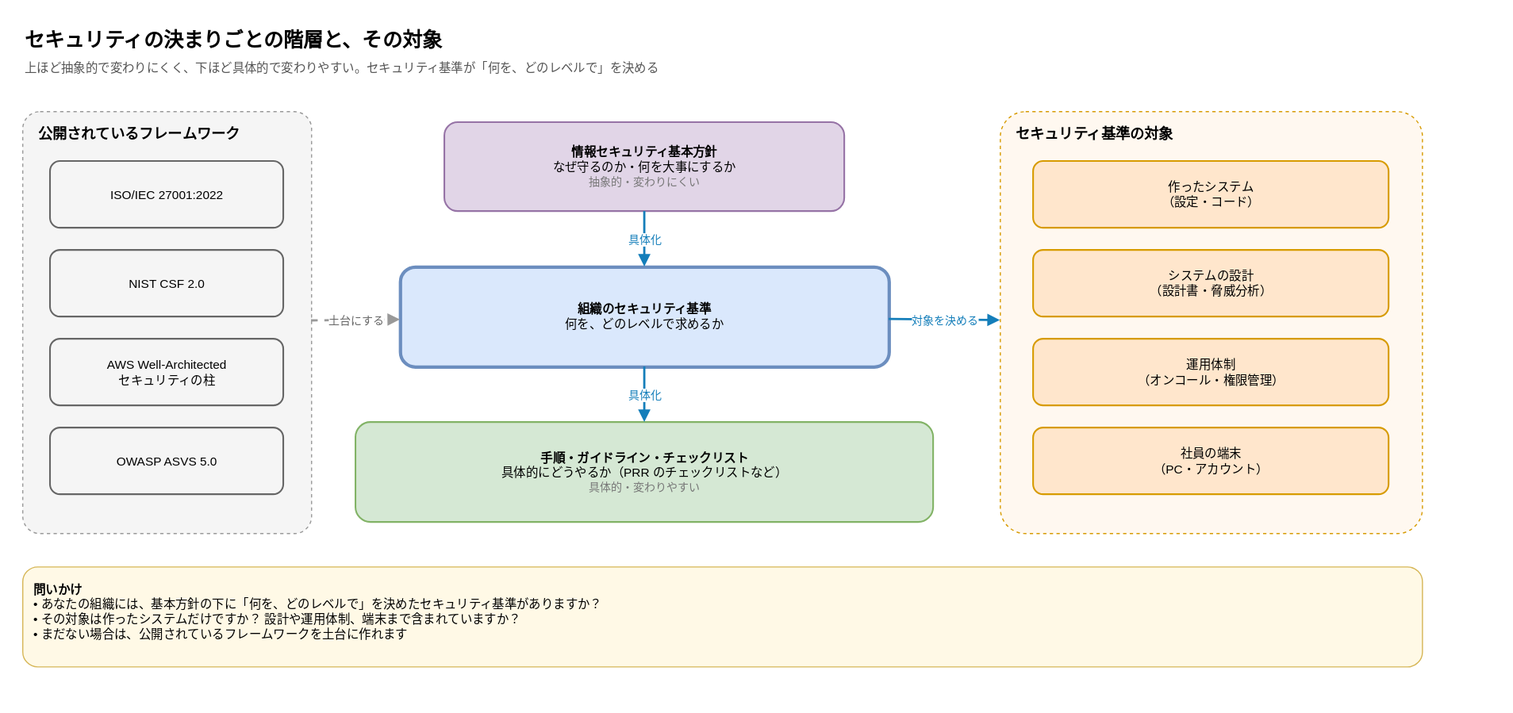
Above: images/continuous-security-assessment-ai-agent/policy-hierarchy.drawio.svg in anfangd/zenn-content (draw.io), before the change. Source tidied: cells renumbered, new cells last; positions are measured from the earlier drawing's top-left corner, leaving out a move shared by most shapes.
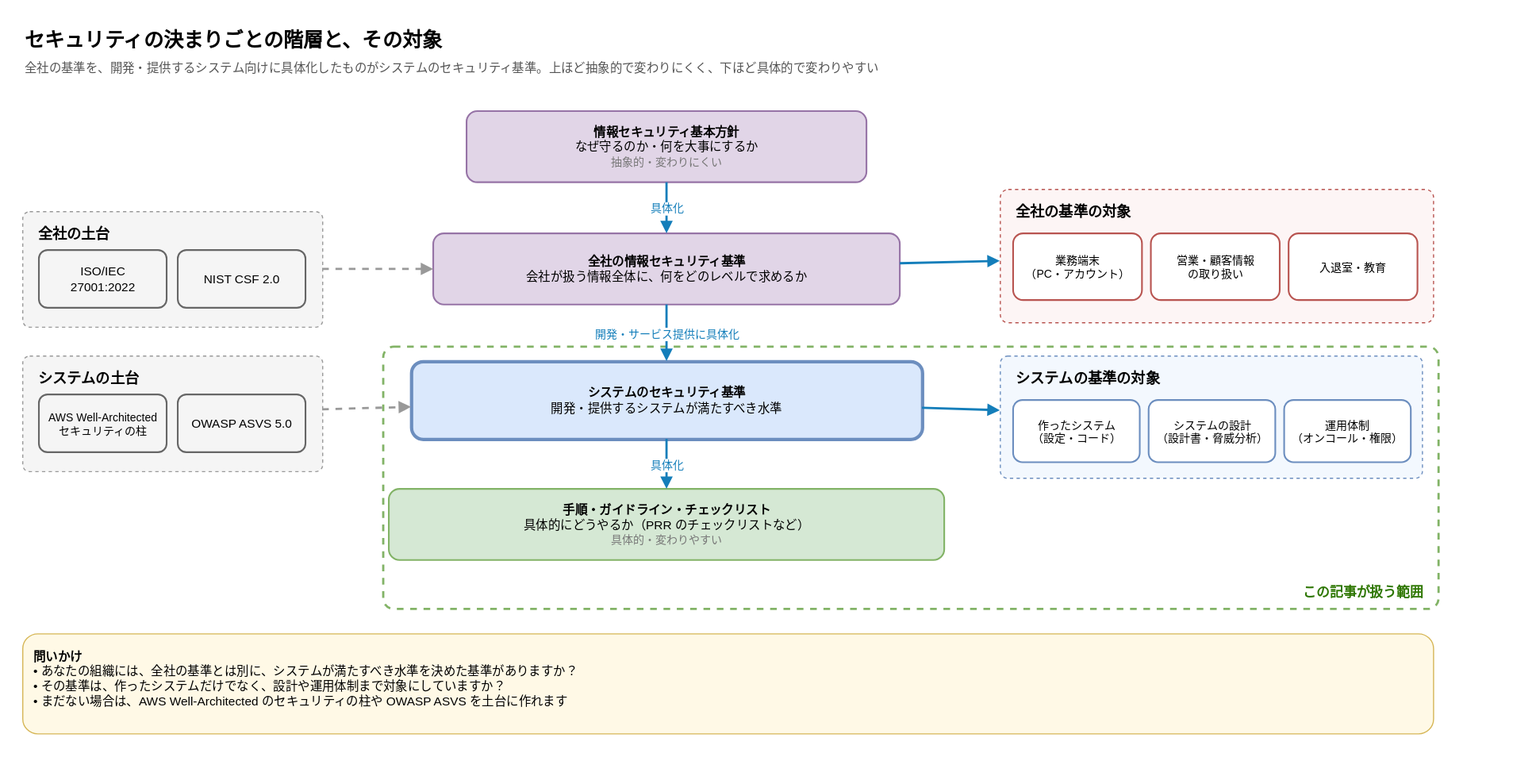
Later version of the same file.

What changed in the source:
```diff
@@ -5,62 +5,89 @@
     <mxCell id="2" value="セキュリティの決まりごとの階層と、その対象" style="text;html=1;align=left;verticalAlign=middle;fontSize=18;fontStyle=1;" parent="1" vertex="1">
       <mxGeometry width="1300" height="32" as="geometry" />
     </mxCell>
-    <mxCell id="3" value="上ほど抽象的で変わりにくく、下ほど具体的で変わりやすい。セキュリティ基準が「何を、どのレベルで」を決める" style="text;html=1;align=left;verticalAlign=middle;fontSize=11;fontColor=#555555;" parent="1" vertex="1">
+    <mxCell id="3" value="全社の基準を、開発・提供するシステム向けに具体化したものがシステムのセキュリティ基準。上ほど抽象的で変わりにくく、下ほど具体的で変わりやすい" style="text;html=1;align=left;verticalAlign=middle;fontSize=11;fontColor=#555555;" parent="1" vertex="1">
       <mxGeometry y="30" width="1300" height="22" as="geometry" />
     </mxCell>
-    <mxCell id="4" value="公開されているフレームワーク" style="rounded=1;arcSize=6;whiteSpace=wrap;html=1;fillColor=#F5F5F5;strokeColor=#999999;dashed=1;verticalAlign=top;align=left;spacingLeft=12;spacingTop=6;fontSize=13;fontStyle=1;" parent="1" vertex="1">
-      <mxGeometry y="80" width="260" height="380" as="geometry" />
+    <mxCell id="4" value="この記事が扱う範囲" style="rounded=1;arcSize=4;whiteSpace=wrap;html=1;fillColor=none;strokeColor=#82B366;dashed=1;strokeWidth=2;verticalAlign=bottom;align=right;spacingRight=12;spacingBottom=6;fontSize=12;fontStyle=1;fontColor=#2D7600;" parent="1" vertex="1">
+      <mxGeometry x="325" y="292" width="950" height="236" as="geometry" />
     </mxCell>
-    <mxCell id="5" value="ISO/IEC 27001:2022" style="rounded=1;whiteSpace=wrap;html=1;fillColor=#F5F5F5;strokeColor=#666666;fontSize=11;fontStyle=1;align=center;verticalAlign=middle;spacing=8;strokeWidth=1.5;fontStyle=0;" parent="1" vertex="1">
-      <mxGeometry x="25" y="125" width="210" height="60" as="geometry" />
+    <mxCell id="5" value="&lt;b&gt;情報セキュリティ基本方針&lt;/b&gt;&lt;br&gt;なぜ守るのか・何を大事にするか&lt;br&gt;&lt;font color='#777777' style='font-size:10px'&gt;抽象的・変わりにくい&lt;/font&gt;" style="rounded=1;whiteSpace=wrap;html=1;fillColor=#E1D5E7;strokeColor=#9673A6;fontSize=11;fontStyle=1;align=center;verticalAlign=middle;spacing=8;strokeWidth=1.5;fontStyle=0;" parent="1" vertex="1">
+      <mxGeometry x="400" y="80" width="360" height="64" as="geometry" />
     </mxCell>
-    <mxCell id="6" value="NIST CSF 2.0" style="rounded=1;whiteSpace=wrap;html=1;fillColor=#F5F5F5;strokeColor=#666666;fontSize=11;fontStyle=1;align=center;verticalAlign=middle;spacing=8;strokeWidth=1.5;fontStyle=0;" parent="1" vertex="1">
-      <mxGeometry x="25" y="205" width="210" height="60" as="geometry" />
+    <mxCell id="6" value="&lt;b&gt;全社の情報セキュリティ基準&lt;/b&gt;&lt;br&gt;会社が扱う情報全体に、何をどのレベルで求めるか" style="rounded=1;whiteSpace=wrap;html=1;fillColor=#E1D5E7;strokeColor=#9673A6;fontSize=11;fontStyle=1;align=center;verticalAlign=middle;spacing=8;strokeWidth=1.5;fontStyle=0;" parent="1" vertex="1">
+      <mxGeometry x="370" y="190" width="420" height="64" as="geometry" />
     </mxCell>
-    <mxCell id="7" value="AWS Well-Architected&lt;br&gt;セキュリティの柱" style="rounded=1;whiteSpace=wrap;html=1;fillColor=#F5F5F5;strokeColor=#666666;fontSize=11;fontStyle=1;align=center;verticalAlign=middle;spacing=8;strokeWidth=1.5;fontStyle=0;" parent="1" vertex="1">
-      <mxGeometry x="25" y="285" width="210" height="60" as="geometry" />
+    <mxCell id="7" value="&lt;b&gt;システムのセキュリティ基準&lt;/b&gt;&lt;br&gt;開発・提供するシステムが満たすべき水準" style="rounded=1;whiteSpace=wrap;html=1;fillColor=#DAE8FC;strokeColor=#6C8EBF;fontSize=11;fontStyle=1;align=center;verticalAlign=middle;spacing=8;strokeWidth=1.5;strokeWidth=3;fontStyle=0;" parent="1" vertex="1">
+      <mxGeometry x="350" y="305" width="460" height="70" as="geometry" />
     </mxCell>
-    <mxCell id="8" value="OWASP ASVS 5.0" style="rounded=1;whiteSpace=wrap;html=1;fillColor=#F5F5F5;strokeColor=#666666;fontSize=11;fontStyle=1;align=center;verticalAlign=middle;spacing=8;strokeWidth=1.5;fontStyle=0;" parent="1" vertex="1">
-      <mxGeometry x="25" y="365" width="210" height="60" as="geometry" />
+    <mxCell id="8" value="&lt;b&gt;手順・ガイドライン・チェックリスト&lt;/b&gt;&lt;br&gt;具体的にどうやるか（PRR のチェックリストなど）&lt;br&gt;&lt;font color='#777777' style='font-size:10px'&gt;具体的・変わりやすい&lt;/font&gt;" style="rounded=1;whiteSpace=wrap;html=1;fillColor=#D5E8D4;strokeColor=#82B366;fontSize=11;fontStyle=1;align=center;verticalAlign=middle;spacing=8;strokeWidth=1.5;fontStyle=0;" parent="1" vertex="1">
+      <mxGeometry x="330" y="420" width="500" height="64" as="geometry" />
     </mxCell>
-    <mxCell id="9" value="&lt;b&gt;情報セキュリティ基本方針&lt;/b&gt;&lt;br&gt;なぜ守るのか・何を大事にするか&lt;br&gt;&lt;font color='#777777' style='font-size:10px'&gt;抽象的・変わりにくい&lt;/font&gt;" style="rounded=1;whiteSpace=wrap;html=1;fillColor=#E1D5E7;strokeColor=#9673A6;fontSize=11;fontStyle=1;align=center;verticalAlign=middle;spacing=8;strokeWidth=1.5;fontStyle=0;" parent="1" vertex="1">
-      <mxGeometry x="380" y="90" width="360" height="80" as="geometry" />
+    <mxCell id="9" value="具体化" style="edgeStyle=none;html=1;endArrow=block;endFill=1;strokeWidth=2;strokeColor=#147EBA;fontSize=10;labelBackgroundColor=#FFFFFF;fontColor=#147EBA;" parent="1" edge="1" source="5" target="6">
+      <mxGeometry relative="1" as="geometry" />
     </mxCell>
-    <mxCell id="10" value="&lt;b&gt;組織のセキュリティ基準&lt;/b&gt;&lt;br&gt;何を、どのレベルで求めるか" style="rounded=1;whiteSpace=wrap;html=1;fillColor=#DAE8FC;strokeColor=#6C8EBF;fontSize=11;fontStyle=1;align=center;verticalAlign=middle;spacing=8;strokeWidth=1.5;fontStyle=0;strokeWidth=3;" parent="1" vertex="1">
-      <mxGeometry x="340" y="220" width="440" height="90" as="geometry" />
+    <mxCell id="10" value="開発・サービス提供に具体化" style="edgeStyle=none;html=1;endArrow=block;endFill=1;strokeWidth=2;strokeColor=#147EBA;fontSize=10;labelBackgroundColor=#FFFFFF;fontColor=#147EBA;" parent="1" edge="1" source="6" target="7">
+      <mxGeometry relative="1" as="geometry" />
     </mxCell>
-    <mxCell id="11" value="&lt;b&gt;手順・ガイドライン・チェックリスト&lt;/b&gt;&lt;br&gt;具体的にどうやるか（PRR のチェックリストなど）&lt;br&gt;&lt;font color='#777777' style='font-size:10px'&gt;具体的・変わりやすい&lt;/font&gt;" style="rounded=1;whiteSpace=wrap;html=1;fillColor=#D5E8D4;strokeColor=#82B366;fontSize=11;fontStyle=1;align=center;verticalAlign=middle;spacing=8;strokeWidth=1.5;fontStyle=0;" parent="1" vertex="1">
-      <mxGeometry x="300" y="360" width="520" height="90" as="geometry" />
+    <mxCell id="11" value="具体化" style="edgeStyle=none;html=1;endArrow=block;endFill=1;strokeWidth=2;strokeColor=#147EBA;fontSize=10;labelBackgroundColor=#FFFFFF;fontColor=#147EBA;" parent="1" edge="1" source="7" target="8">
+      <mxGeometry relative="1" as="geometry" />
     </mxCell>
-    <mxCell id="12" value="具体化" style="edgeStyle=none;html=1;endArrow=block;endFill=1;strokeWidth=2;strokeColor=#147EBA;fontSize=10;labelBackgroundColor=#FFFFFF;fontColor=#147EBA;" parent="1" edge="1" source="9" target="10">
-      <mxGeometry relative="1" as="geometry" />
+    <mxCell id="12" value="全社の土台" style="rounded=1;arcSize=6;whiteSpace=wrap;html=1;fillColor=#F5F5F5;strokeColor=#999999;dashed=1;verticalAlign=top;align=left;spacingLeft=12;spacingTop=6;fontSize=13;fontStyle=1;" parent="1" vertex="1">
+      <mxGeometry y="170" width="270" height="104" as="geometry" />
     </mxCell>
-    <mxCell id="13" value="具体化" style="edgeStyle=none;html=1;endArrow=block;endFill=1;strokeWidth=2;strokeColor=#147EBA;fontSize=10;labelBackgroundColor=#FFFFFF;fontColor=#147EBA;" parent="1" edge="1" source="10" target="11">
-      <mxGeometry relative="1" as="geometry" />
+    <mxCell id="13" value="ISO/IEC 27001:2022" style="rounded=1;whiteSpace=wrap;html=1;fillColor=#F5F5F5;strokeColor=#666666;fontSize=11;fontStyle=1;align=center;verticalAlign=middle;spacing=8;strokeWidth=1.5;fontStyle=0;" parent="1" vertex="1">
+      <mxGeometry x="15" y="205" width="115" height="52" as="geometry" />
     </mxCell>
-    <mxCell id="14" value="土台にする" style="edgeStyle=none;html=1;endArrow=block;endFill=1;strokeWidth=2;strokeColor=#999999;fontSize=10;labelBackgroundColor=#FFFFFF;fontColor=#666666;dashed=1;" parent="1" edge="1" source="4" target="10">
-      <mxGeometry relative="1" as="geometry" />
+    <mxCell id="14" value="NIST CSF 2.0" style="rounded=1;whiteSpace=wrap;html=1;fillColor=#F5F5F5;strokeColor=#666666;fontSize=11;fontStyle=1;align=center;verticalAlign=middle;spacing=8;strokeWidth=1.5;fontStyle=0;" parent="1" vertex="1">
+      <mxGeometry x="140" y="205" width="115" height="52" as="geometry" />
     </mxCell>
-    <mxCell id="15" value="セキュリティ基準の対象" style="rounded=1;arcSize=6;whiteSpace=wrap;html=1;fillColor=#FFF8F0;strokeColor=#D79B00;dashed=1;verticalAlign=top;align=left;spacingLeft=12;spacingTop=6;fontSize=13;fontStyle=1;" parent="1" vertex="1">
-      <mxGeometry x="880" y="80" width="380" height="380" as="geometry" />
+    <mxCell id="15" value="システムの土台" style="rounded=1;arcSize=6;whiteSpace=wrap;html=1;fillColor=#F5F5F5;strokeColor=#999999;dashed=1;verticalAlign=top;align=left;spacingLeft=12;spacingTop=6;fontSize=13;fontStyle=1;" parent="1" vertex="1">
+      <mxGeometry y="300" width="270" height="104" as="geometry" />
     </mxCell>
-    <mxCell id="16" value="作ったシステム&lt;br&gt;（設定・コード）" style="rounded=1;whiteSpace=wrap;html=1;fillColor=#FFE6CC;strokeColor=#D79B00;fontSize=11;fontStyle=1;align=center;verticalAlign=middle;spacing=8;strokeWidth=1.5;fontStyle=0;" parent="1" vertex="1">
-      <mxGeometry x="910" y="125" width="320" height="60" as="geometry" />
+    <mxCell id="16" value="AWS Well-Architected&lt;br&gt;セキュリティの柱" style="rounded=1;whiteSpace=wrap;html=1;fillColor=#F5F5F5;strokeColor=#666666;fontSize=11;fontStyle=1;align=center;verticalAlign=middle;spacing=8;strokeWidth=1.5;fontStyle=0;fontSize=10;" parent="1" vertex="1">
+      <mxGeometry x="15" y="335" width="115" height="52" as="geometry" />
     </mxCell>
-    <mxCell id="17" value="システムの設計&lt;br&gt;（設計書・脅威分析）" style="rounded=1;whiteSpace=wrap;html=1;fillColor=#FFE6CC;strokeColor=#D79B00;fontSize=11;fontStyle=1;align=center;verticalAlign=middle;spacing=8;strokeWidth=1.5;fontStyle=0;" parent="1" vertex="1">
-      <mxGeometry x="910" y="205" width="320" height="60" as="geometry" />
+    <mxCell id="17" value="OWASP ASVS 5.0" style="rounded=1;whiteSpace=wrap;html=1;fillColor=#F5F5F5;strokeColor=#666666;fontSize=11;fontStyle=1;align=center;verticalAlign=middle;spacing=8;strokeWidth=1.5;fontStyle=0;" parent="1" vertex="1">
+      <mxGeometry x="140" y="335" width="115" height="52" as="geometry" />
     </mxCell>
-    <mxCell id="18" value="運用体制&lt;br&gt;（オンコール・権限管理）" style="rounded=1;whiteSpace=wrap;html=1;fillColor=#FFE6CC;strokeColor=#D79B00;fontSize=11;fontStyle=1;align=center;verticalAlign=middle;spacing=8;strokeWidth=1.5;fontStyle=0;" parent="1" vertex="1">
-      <mxGeometry x="910" y="285" width="320" height="60" as="geometry" />
+    <mxCell id="18" style="edgeStyle=none;html=1;endArrow=block;endFill=1;strokeWidth=2;strokeColor=#999999;fontSize=10;labelBackgroundColor=#FFFFFF;fontColor=#666666;dashed=1;" parent="1" edge="1" source="12" target="6">
+      <mxGeometry relative="1" as="geometry" />
     </mxCell>
-    <mxCell id="19" value="社員の端末&lt;br&gt;（PC・アカウント）" style="rounded=1;whiteSpace=wrap;html=1;fillColor=#FFE6CC;strokeColor=#D79B00;fontSize=11;fontStyle=1;align=center;verticalAlign=middle;spacing=8;strokeWidth=1.5;fontStyle=0;" parent="1" vertex="1">
-      <mxGeometry x="910" y="365" width="320" height="60" as="geometry" />
+    <mxCell id="19" style="edgeStyle=none;html=1;endArrow=block;endFill=1;strokeWidth=2;strokeColor=#999999;fontSize=10;labelBackgroundColor=#FFFFFF;fontColor=#666666;dashed=1;" parent="1" edge="1" source="15" target="7">
+      <mxGeometry relative="1" as="geometry" />
     </mxCell>
-    <mxCell id="20" value="対象を決める" style="edgeStyle=none;html=1;endArrow=block;endFill=1;strokeWidth=2;strokeColor=#147EBA;fontSize=10;labelBackgroundColor=#FFFFFF;fontColor=#147EBA;" parent="1" edge="1" source="10" target="15">
-      <mxGeometry relative="1" as="geometry" />
+    <mxCell id="20" value="全社の基準の対象" style="rounded=1;arcSize=6;whiteSpace=wrap;html=1;fillColor=#FDF5F5;strokeColor=#B85450;dashed=1;verticalAlign=top;align=left;spacingLeft=12;spacingTop=6;fontSize=13;fontStyle=1;" parent="1" vertex="1">
+      <mxGeometry x="880" y="150" width="390" height="120" as="geometry" />
     </mxCell>
-    <mxCell id="21" value="&lt;b&gt;問いかけ&lt;/b&gt;&lt;br&gt;• あなたの組織には、基本方針の下に「何を、どのレベルで」を決めたセキュリティ基準がありますか？&lt;br&gt;• その対象は作ったシステムだけですか？ 設計や運用体制、端末まで含まれていますか？&lt;br&gt;• まだない場合は、公開されているフレームワークを土台に作れます" style="text;html=1;align=left;verticalAlign=top;whiteSpace=wrap;rounded=1;fillColor=#FFF9E6;strokeColor=#D6B656;spacing=10;fontSize=11;" parent="1" vertex="1">
-      <mxGeometry y="490" width="1260" height="90" as="geometry" />
+    <mxCell id="21" value="業務端末&lt;br&gt;（PC・アカウント）" style="rounded=1;whiteSpace=wrap;html=1;fillColor=#FFFFFF;strokeColor=#B85450;fontSize=10;fontStyle=0;align=center;verticalAlign=middle;spacing=8;strokeWidth=1.5;" parent="1" vertex="1">
+      <mxGeometry x="892" y="190" width="116" height="60" as="geometry" />
     </mxCell>
+    <mxCell id="22" value="営業・顧客情報&lt;br&gt;の取り扱い" style="rounded=1;whiteSpace=wrap;html=1;fillColor=#FFFFFF;strokeColor=#B85450;fontSize=10;fontStyle=0;align=center;verticalAlign=middle;spacing=8;strokeWidth=1.5;" parent="1" vertex="1">
+      <mxGeometry x="1016" y="190" width="116" height="60" as="geometry" />
+    </mxCell>
+    <mxCell id="23" value="入退室・教育" style="rounded=1;whiteSpace=wrap;html=1;fillColor=#FFFFFF;strokeColor=#B85450;fontSize=10;fontStyle=0;align=center;verticalAlign=middle;spacing=8;strokeWidth=1.5;" parent="1" vertex="1">
+      <mxGeometry x="1140" y="190" width="116" height="60" as="geometry" />
+    </mxCell>
+    <mxCell id="24" value="システムの基準の対象" style="rounded=1;arcSize=6;whiteSpace=wrap;html=1;fillColor=#F3F8FE;strokeColor=#6C8EBF;dashed=1;verticalAlign=top;align=left;spacingLeft=12;spacingTop=6;fontSize=13;fontStyle=1;" parent="1" vertex="1">
+      <mxGeometry x="880" y="300" width="380" height="110" as="geometry" />
+    </mxCell>
+    <mxCell id="25" value="作ったシステム&lt;br&gt;（設定・コード）" style="rounded=1;whiteSpace=wrap;html=1;fillColor=#FFFFFF;strokeColor=#6C8EBF;fontSize=10;fontStyle=0;align=center;verticalAlign=middle;spacing=8;strokeWidth=1.5;" parent="1" vertex="1">
+      <mxGeometry x="892" y="340" width="114" height="56" as="geometry" />
+    </mxCell>
+    <mxCell id="26" value="システムの設計&lt;br&gt;（設計書・脅威分析）" style="rounded=1;whiteSpace=wrap;html=1;fillColor=#FFFFFF;strokeColor=#6C8EBF;fontSize=10;fontStyle=0;align=center;verticalAlign=middle;spacing=8;strokeWidth=1.5;" parent="1" vertex="1">
+      <mxGeometry x="1014" y="340" width="114" height="56" as="geometry" />
+    </mxCell>
+    <mxCell id="27" value="運用体制&lt;br&gt;（オンコール・権限）" style="rounded=1;whiteSpace=wrap;html=1;fillColor=#FFFFFF;strokeColor=#6C8EBF;fontSize=10;fontStyle=0;align=center;verticalAlign=middle;spacing=8;strokeWidth=1.5;" parent="1" vertex="1">
+      <mxGeometry x="1136" y="340" width="114" height="56" as="geometry" />
+    </mxCell>
+    <mxCell id="28" style="edgeStyle=none;html=1;endArrow=block;endFill=1;strokeWidth=2;strokeColor=#147EBA;fontSize=10;labelBackgroundColor=#FFFFFF;fontColor=#147EBA;" parent="1" edge="1" source="6" target="20">
+      <mxGeometry relative="1" as="geometry" />
+    </mxCell>
+    <mxCell id="29" style="edgeStyle=none;html=1;endArrow=block;endFill=1;strokeWidth=2;strokeColor=#147EBA;fontSize=10;labelBackgroundColor=#FFFFFF;fontColor=#147EBA;" parent="1" edge="1" source="7" target="24">
+      <mxGeometry relative="1" as="geometry" />
+    </mxCell>
+    <mxCell id="30" value="&lt;b&gt;問いかけ&lt;/b&gt;&lt;br&gt;• あなたの組織には、全社の基準とは別に、システムが満たすべき水準を決めた基準がありますか？&lt;br&gt;• その基準は、作ったシステムだけでなく、設計や運用体制まで対象にしていますか？&lt;br&gt;• まだない場合は、AWS Well-Architected のセキュリティの柱や OWASP ASVS を土台に作れます" style="text;html=1;align=left;verticalAlign=top;whiteSpace=wrap;rounded=1;fillColor=#FFF9E6;strokeColor=#D6B656;spacing=10;fontSize=11;" parent="1" vertex="1">
+      <mxGeometry y="550" width="1270" height="90" as="geometry" />
+    </mxCell>
   </root>
 </mxGraphModel>
```
